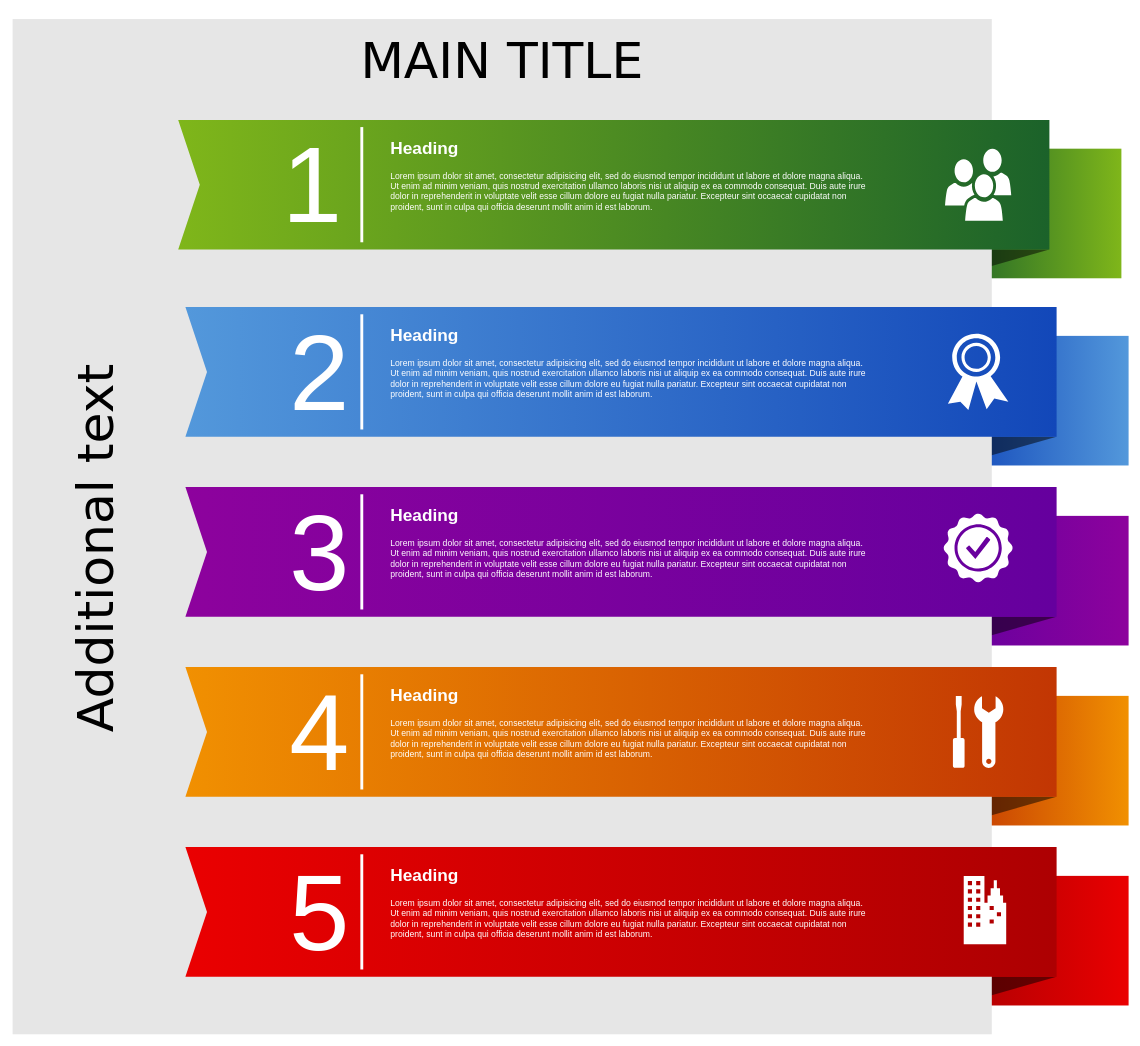
This is Untitled Diagram.drawio from zdw0516/MyNote, a draw.io file, before an edit. Source tidied: cells renumbered, new cells numbered last; positions are measured from the earlier drawing's top-left corner, leaving out a move shared by most shapes. Both pictures are drawn from the tidied source at 72%, with x=0, y=0 at pixel (12, 19).
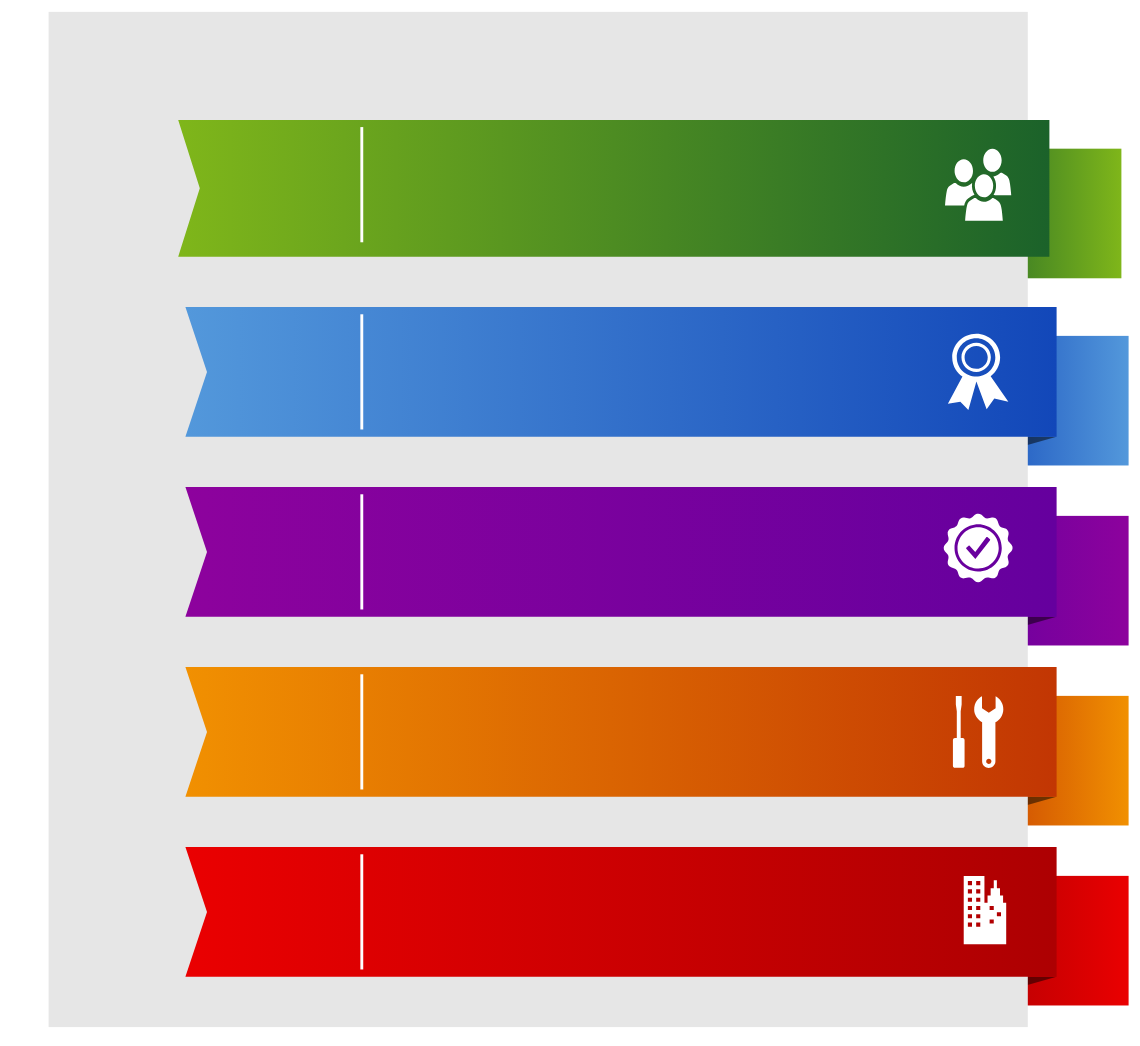
The same diagram, later.

What changed in the source:
```diff
@@
-    <mxCell id="12" value="MAIN TITLE" style="whiteSpace=wrap;html=1;rounded=0;shadow=0;dashed=0;strokeWidth=1;fillColor=#E6E6E6;fontFamily=Verdana;fontSize=70;strokeColor=none;verticalAlign=top;spacingTop=10;" parent="1" vertex="1">
-      <mxGeometry width="1360" height="1410" as="geometry" />
+    <mxCell id="12" style="whiteSpace=wrap;html=1;rounded=0;shadow=0;dashed=0;strokeWidth=1;fillColor=#E6E6E6;fontFamily=Verdana;fontSize=70;strokeColor=none;verticalAlign=top;spacingTop=10;" parent="1" vertex="1">
+      <mxGeometry x="50" y="-10" width="1360" height="1410" as="geometry" />
     </mxCell>
     <mxCell id="13" style="html=1;shadow=0;dashed=0;align=center;verticalAlign=middle;shape=mxgraph.arrows2.arrow;dy=0;dx=0;notch=30;rounded=0;strokeColor=none;strokeWidth=1;fillColor=#7FB61A;fontFamily=Tahoma;fontSize=10;fontColor=#FFFFFF;gradientColor=#1B622A;gradientDirection=east;" parent="1" vertex="1">
-      <mxGeometry x="230" y="140" width="1210" height="180" as="geometry" />
+      <mxGeometry x="230" y="140" width="1210" height="190" as="geometry" />
     </mxCell>
@@
-    <mxCell id="18" value="Additional text" style="text;html=1;strokeColor=none;fillColor=none;align=center;verticalAlign=middle;whiteSpace=wrap;rounded=0;shadow=0;dashed=0;fontFamily=Verdana;fontSize=70;horizontal=0;" parent="1" vertex="1">
-      <mxGeometry x="50" y="140" width="130" height="1190" as="geometry" />
-    </mxCell>
-    <mxCell id="19" value="1" style="text;html=1;strokeColor=none;fillColor=none;align=right;verticalAlign=middle;whiteSpace=wrap;rounded=0;shadow=0;dashed=0;fontFamily=Helvetica;fontSize=150;fontColor=#FFFFFF;" parent="1" vertex="1">
-      <mxGeometry x="260" y="140" width="200" height="180" as="geometry" />
-    </mxCell>
-    <mxCell id="20" value="2" style="text;html=1;strokeColor=none;fillColor=none;align=right;verticalAlign=middle;whiteSpace=wrap;rounded=0;shadow=0;dashed=0;fontFamily=Helvetica;fontSize=150;fontColor=#FFFFFF;" parent="1" vertex="1">
-      <mxGeometry x="270" y="400" width="200" height="180" as="geometry" />
-    </mxCell>
-    <mxCell id="21" value="3" style="text;html=1;strokeColor=none;fillColor=none;align=right;verticalAlign=middle;whiteSpace=wrap;rounded=0;shadow=0;dashed=0;fontFamily=Helvetica;fontSize=150;fontColor=#FFFFFF;" parent="1" vertex="1">
-      <mxGeometry x="270" y="650" width="200" height="180" as="geometry" />
-    </mxCell>
-    <mxCell id="22" value="4" style="text;html=1;strokeColor=none;fillColor=none;align=right;verticalAlign=middle;whiteSpace=wrap;rounded=0;shadow=0;dashed=0;fontFamily=Helvetica;fontSize=150;fontColor=#FFFFFF;" parent="1" vertex="1">
-      <mxGeometry x="270" y="900" width="200" height="180" as="geometry" />
-    </mxCell>
-    <mxCell id="23" value="5" style="text;html=1;strokeColor=none;fillColor=none;align=right;verticalAlign=middle;whiteSpace=wrap;rounded=0;shadow=0;dashed=0;fontFamily=Helvetica;fontSize=150;fontColor=#FFFFFF;" parent="1" vertex="1">
-      <mxGeometry x="270" y="1150" width="200" height="180" as="geometry" />
-    </mxCell>
@@
-    <mxCell id="29" value="&lt;h1&gt;Heading&lt;/h1&gt;&lt;p&gt;L&lt;span&gt;orem ipsum dolor sit amet, consectetur adipisicing elit, sed do eiusmod tempor incididunt ut labore et dolore magna aliqua. Ut enim ad minim veniam, quis nostrud exercitation ullamco laboris nisi ut aliquip ex ea commodo consequat. Duis aute irure dolor in reprehenderit in voluptate velit esse cillum dolore eu fugiat nulla pariatur. Excepteur sint occaecat cupidatat non proident, sunt in culpa qui officia deserunt mollit anim id est laborum.&lt;/span&gt;&lt;/p&gt;" style="text;html=1;strokeColor=none;fillColor=none;spacing=5;spacingTop=-20;whiteSpace=wrap;overflow=hidden;rounded=0;shadow=0;dashed=0;fontFamily=Helvetica;fontSize=12;fontColor=#FFFFFF;align=left;" parent="1" vertex="1">
-      <mxGeometry x="520" y="160" width="670" height="140" as="geometry" />
-    </mxCell>
-    <mxCell id="30" value="&lt;h1&gt;Heading&lt;/h1&gt;&lt;p&gt;L&lt;span&gt;orem ipsum dolor sit amet, consectetur adipisicing elit, sed do eiusmod tempor incididunt ut labore et dolore magna aliqua. Ut enim ad minim veniam, quis nostrud exercitation ullamco laboris nisi ut aliquip ex ea commodo consequat. Duis aute irure dolor in reprehenderit in voluptate velit esse cillum dolore eu fugiat nulla pariatur. Excepteur sint occaecat cupidatat non proident, sunt in culpa qui officia deserunt mollit anim id est laborum.&lt;/span&gt;&lt;/p&gt;" style="text;html=1;strokeColor=none;fillColor=none;spacing=5;spacingTop=-20;whiteSpace=wrap;overflow=hidden;rounded=0;shadow=0;dashed=0;fontFamily=Helvetica;fontSize=12;fontColor=#FFFFFF;align=left;" parent="1" vertex="1">
-      <mxGeometry x="520" y="420" width="670" height="140" as="geometry" />
-    </mxCell>
-    <mxCell id="31" value="&lt;h1&gt;Heading&lt;/h1&gt;&lt;p&gt;L&lt;span&gt;orem ipsum dolor sit amet, consectetur adipisicing elit, sed do eiusmod tempor incididunt ut labore et dolore magna aliqua. Ut enim ad minim veniam, quis nostrud exercitation ullamco laboris nisi ut aliquip ex ea commodo consequat. Duis aute irure dolor in reprehenderit in voluptate velit esse cillum dolore eu fugiat nulla pariatur. Excepteur sint occaecat cupidatat non proident, sunt in culpa qui officia deserunt mollit anim id est laborum.&lt;/span&gt;&lt;/p&gt;" style="text;html=1;strokeColor=none;fillColor=none;spacing=5;spacingTop=-20;whiteSpace=wrap;overflow=hidden;rounded=0;shadow=0;dashed=0;fontFamily=Helvetica;fontSize=12;fontColor=#FFFFFF;align=left;" parent="1" vertex="1">
-      <mxGeometry x="520" y="670" width="670" height="140" as="geometry" />
-    </mxCell>
-    <mxCell id="32" value="&lt;h1&gt;Heading&lt;/h1&gt;&lt;p&gt;L&lt;span&gt;orem ipsum dolor sit amet, consectetur adipisicing elit, sed do eiusmod tempor incididunt ut labore et dolore magna aliqua. Ut enim ad minim veniam, quis nostrud exercitation ullamco laboris nisi ut aliquip ex ea commodo consequat. Duis aute irure dolor in reprehenderit in voluptate velit esse cillum dolore eu fugiat nulla pariatur. Excepteur sint occaecat cupidatat non proident, sunt in culpa qui officia deserunt mollit anim id est laborum.&lt;/span&gt;&lt;/p&gt;" style="text;html=1;strokeColor=none;fillColor=none;spacing=5;spacingTop=-20;whiteSpace=wrap;overflow=hidden;rounded=0;shadow=0;dashed=0;fontFamily=Helvetica;fontSize=12;fontColor=#FFFFFF;align=left;" parent="1" vertex="1">
-      <mxGeometry x="520" y="920" width="670" height="140" as="geometry" />
-    </mxCell>
-    <mxCell id="33" value="&lt;h1&gt;Heading&lt;/h1&gt;&lt;p&gt;L&lt;span&gt;orem ipsum dolor sit amet, consectetur adipisicing elit, sed do eiusmod tempor incididunt ut labore et dolore magna aliqua. Ut enim ad minim veniam, quis nostrud exercitation ullamco laboris nisi ut aliquip ex ea commodo consequat. Duis aute irure dolor in reprehenderit in voluptate velit esse cillum dolore eu fugiat nulla pariatur. Excepteur sint occaecat cupidatat non proident, sunt in culpa qui officia deserunt mollit anim id est laborum.&lt;/span&gt;&lt;/p&gt;" style="text;html=1;strokeColor=none;fillColor=none;spacing=5;spacingTop=-20;whiteSpace=wrap;overflow=hidden;rounded=0;shadow=0;dashed=0;fontFamily=Helvetica;fontSize=12;fontColor=#FFFFFF;align=left;" parent="1" vertex="1">
-      <mxGeometry x="520" y="1170" width="670" height="140" as="geometry" />
-    </mxCell>
```
